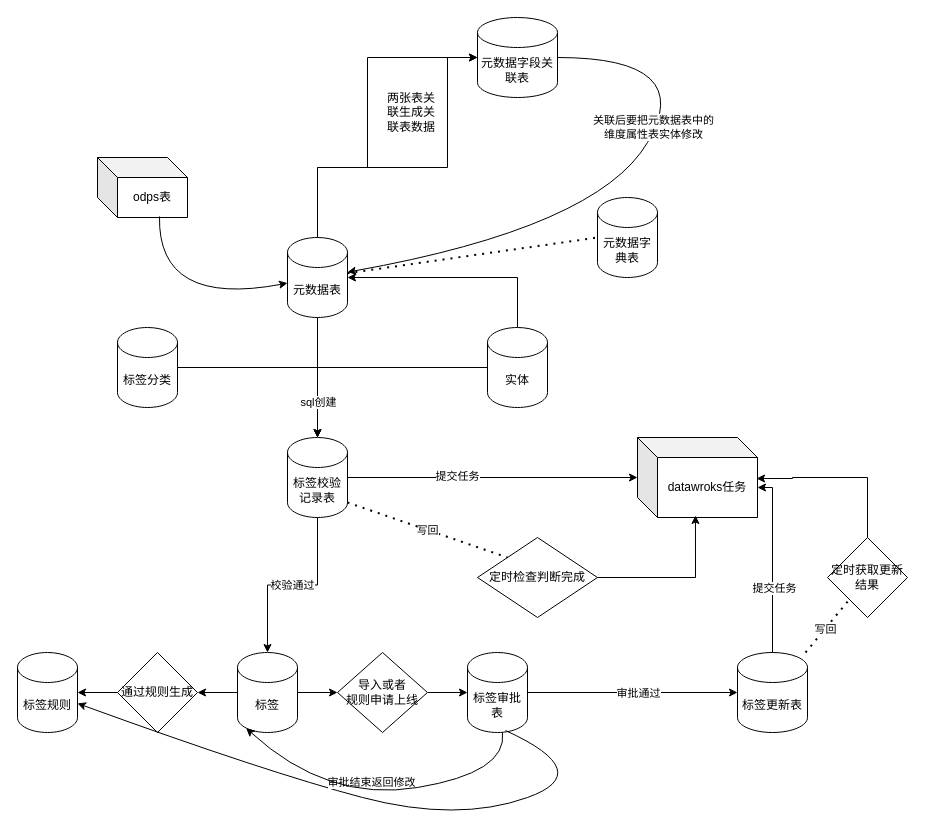
Before: 标签整体流程图.drawio in 1418956397/JavaWeb-Project-Source-Share, a draw.io diagram. Source tidied: cells renumbered, new cells numbered last; positions are measured from the earlier drawing's top-left corner, leaving out a move shared by most shapes. Both pictures are drawn from the tidied source at 100%, with x=0, y=0 at pixel (17, 17).
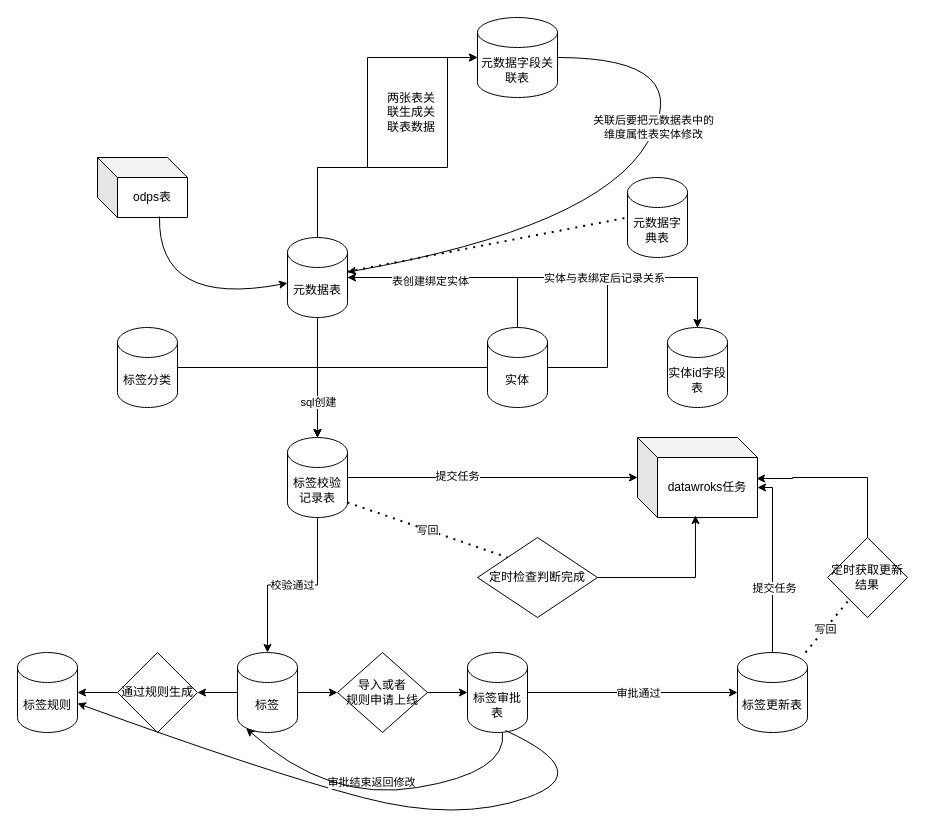
After the change.

Commit message (it also covers changes not shown here):
更新标签整体流程图.drawio

Unchanged cells that the change refers to:
```xml
<mxCell id="5" value="实体" style="shape=cylinder3;whiteSpace=wrap;html=1;boundedLbl=1;backgroundOutline=1;size=15;" parent="1" vertex="1">
  <mxGeometry x="470" y="310" width="60" height="80" as="geometry" />
</mxCell>
<mxCell id="8" value="元数据表" style="shape=cylinder3;whiteSpace=wrap;html=1;boundedLbl=1;backgroundOutline=1;size=15;" parent="1" vertex="1">
  <mxGeometry x="270" y="220" width="60" height="80" as="geometry" />
</mxCell>
```

The edit, as a diff of the source:
```diff
@@
+    <mxCell id="49" style="edgeStyle=orthogonalEdgeStyle;rounded=0;jettySize=auto;html=1;" parent="1" edge="1" source="5" target="53">
+      <mxGeometry relative="1" as="geometry">
+        <Array as="points">
+          <mxPoint x="590" y="350" />
+          <mxPoint x="590" y="260" />
+          <mxPoint x="680" y="260" />
+        </Array>
+      </mxGeometry>
+    </mxCell>
@@
+    <mxCell id="50" style="edgeStyle=orthogonalEdgeStyle;rounded=0;jettySize=auto;html=1;" parent="1" edge="1" source="8" target="53">
+      <mxGeometry relative="1" as="geometry">
+        <Array as="points">
+          <mxPoint x="680" y="260" />
+        </Array>
+      </mxGeometry>
+    </mxCell>
+    <mxCell id="51" value="实体与表绑定后记录关系" style="edgeLabel;html=1;align=center;verticalAlign=middle;" parent="50" vertex="1">
+      <mxGeometry x="0.28" relative="1" as="geometry" />
+    </mxCell>
+    <mxCell id="52" value="表创建绑定实体" style="edgeLabel;html=1;align=center;verticalAlign=middle;" parent="50" vertex="1">
+      <mxGeometry x="-0.59" y="-3" relative="1" as="geometry" />
+    </mxCell>
@@
     <mxCell id="10" value="元数据字典表" style="shape=cylinder3;whiteSpace=wrap;html=1;boundedLbl=1;backgroundOutline=1;size=15;" parent="1" vertex="1">
-      <mxGeometry x="580" y="180" width="60" height="80" as="geometry" />
+      <mxGeometry x="610" y="160" width="60" height="80" as="geometry" />
     </mxCell>
@@
+    <mxCell id="53" value="实体id字段表" style="shape=cylinder3;whiteSpace=wrap;html=1;boundedLbl=1;backgroundOutline=1;size=15;" parent="1" vertex="1">
+      <mxGeometry x="650" y="310" width="60" height="80" as="geometry" />
+    </mxCell>
```
